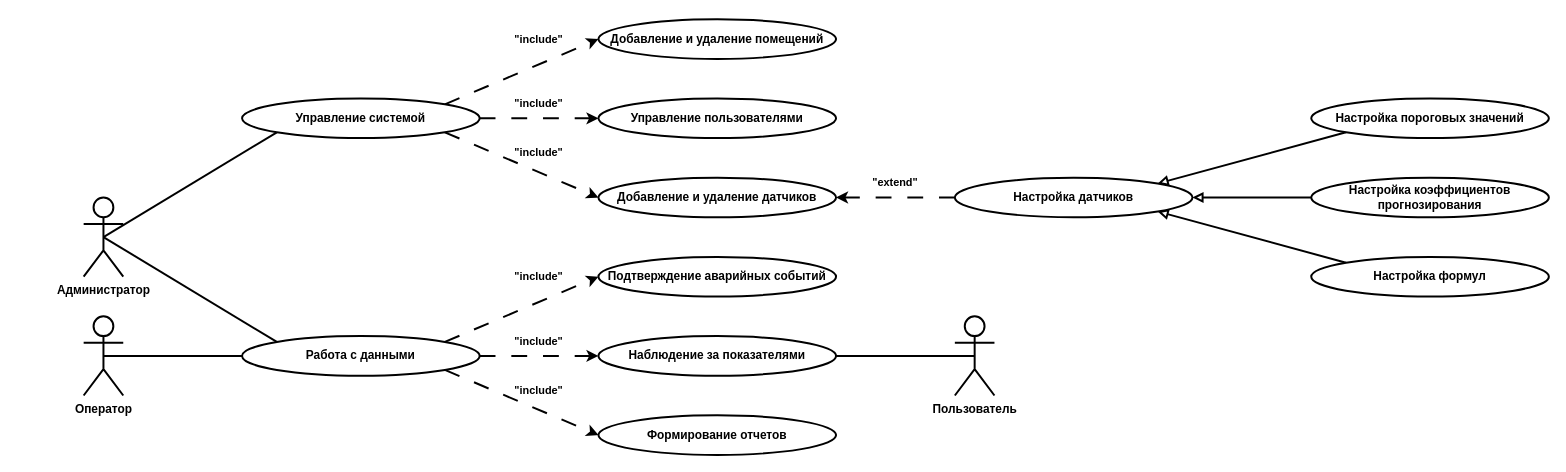
This is page "Диаграмма прецедентов" (1 of 4) of ТРПОиОК, л.р. 4, UML.drawio from Cyber-Limon/Software_development_technology_and_quality_assessment___Lab_4, a draw.io file, before an edit. Source tidied: cells renumbered, new cells numbered last; positions are measured from the earlier drawing's top-left corner, leaving out a move shared by most shapes. Both pictures are drawn from the tidied source at 99%, with x=0, y=0 at pixel (83, 19).
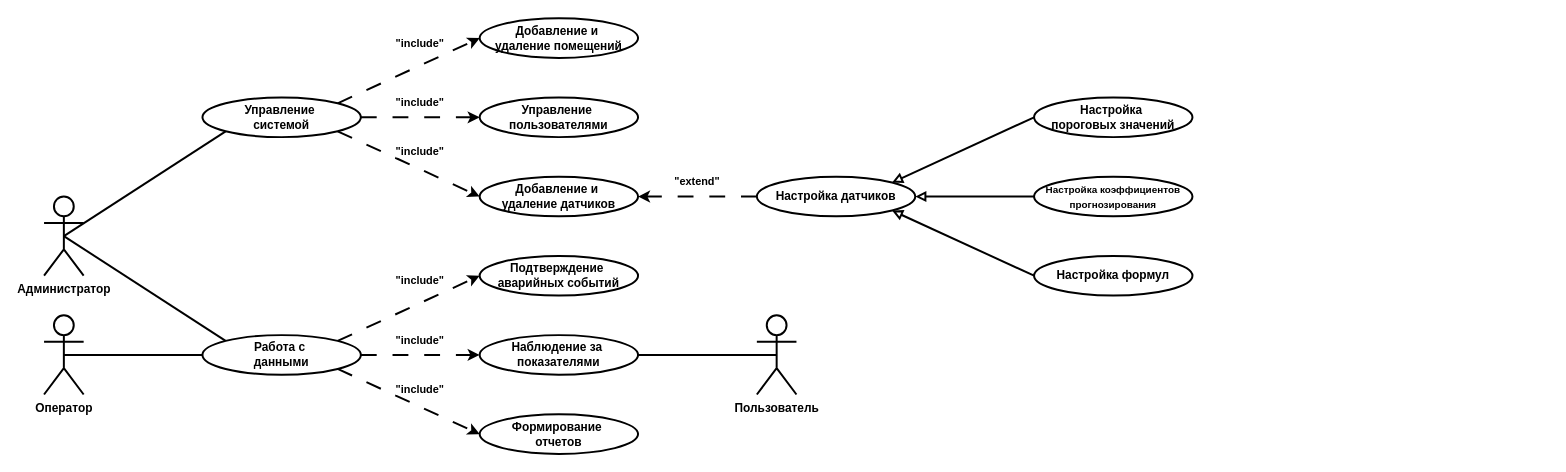
After the change.

What changed in the source:
```diff
@@
     <mxCell id="4" value="Администратор" style="shape=umlActor;verticalLabelPosition=bottom;verticalAlign=top;html=1;strokeWidth=2;fontStyle=1;" parent="1" vertex="1">
-      <mxGeometry y="180" width="40" height="80" as="geometry" />
+      <mxGeometry x="-40" y="179" width="40" height="80" as="geometry" />
     </mxCell>
@@
     <mxCell id="6" value="Оператор" style="shape=umlActor;verticalLabelPosition=bottom;verticalAlign=top;html=1;strokeWidth=2;fontStyle=1;" parent="1" vertex="1">
-      <mxGeometry y="300" width="40" height="80" as="geometry" />
+      <mxGeometry x="-40" y="299" width="40" height="80" as="geometry" />
     </mxCell>
@@
     <mxCell id="8" value="Пользователь" style="shape=umlActor;verticalLabelPosition=bottom;verticalAlign=top;html=1;strokeWidth=2;fontStyle=1;" parent="1" vertex="1">
-      <mxGeometry x="880" y="300" width="40" height="80" as="geometry" />
+      <mxGeometry x="680" y="299" width="40" height="80" as="geometry" />
     </mxCell>
@@
-    <mxCell id="10" value="Добавление и удаление датчиков" style="ellipse;whiteSpace=wrap;html=1;fontStyle=1;strokeWidth=2;" parent="1" vertex="1">
-      <mxGeometry x="520" y="160" width="240" height="40" as="geometry" />
+    <mxCell id="10" value="Добавление и&amp;nbsp;&lt;div&gt;удаление датчиков&lt;/div&gt;" style="ellipse;whiteSpace=wrap;html=1;fontStyle=1;strokeWidth=2;" parent="1" vertex="1">
+      <mxGeometry x="400" y="159" width="160" height="40" as="geometry" />
     </mxCell>
-    <mxCell id="11" value="Добавление и удаление помещений" style="ellipse;whiteSpace=wrap;html=1;fontStyle=1;strokeWidth=2;" parent="1" vertex="1">
-      <mxGeometry x="520" width="240" height="40" as="geometry" />
+    <mxCell id="11" value="Добавление и&amp;nbsp;&lt;div&gt;удаление помещений&lt;/div&gt;" style="ellipse;whiteSpace=wrap;html=1;fontStyle=1;strokeWidth=2;" parent="1" vertex="1">
+      <mxGeometry x="400" y="-1" width="160" height="40" as="geometry" />
     </mxCell>
     <mxCell id="12" value="Настройка датчиков" style="ellipse;whiteSpace=wrap;html=1;fontStyle=1;strokeWidth=2;" parent="1" vertex="1">
-      <mxGeometry x="880" y="160" width="240" height="40" as="geometry" />
+      <mxGeometry x="680" y="159" width="160" height="40" as="geometry" />
     </mxCell>
-    <mxCell id="13" value="Управление пользователями" style="ellipse;whiteSpace=wrap;html=1;fontStyle=1;strokeWidth=2;" parent="1" vertex="1">
-      <mxGeometry x="520" y="80" width="240" height="40" as="geometry" />
+    <mxCell id="13" value="Управление&amp;nbsp;&lt;div&gt;пользователями&lt;/div&gt;" style="ellipse;whiteSpace=wrap;html=1;fontStyle=1;strokeWidth=2;" parent="1" vertex="1">
+      <mxGeometry x="400" y="79" width="160" height="40" as="geometry" />
     </mxCell>
-    <mxCell id="14" value="Наблюдение за показателями" style="ellipse;whiteSpace=wrap;html=1;fontStyle=1;strokeWidth=2;" parent="1" vertex="1">
-      <mxGeometry x="520" y="320" width="240" height="40" as="geometry" />
+    <mxCell id="14" value="Наблюдение за&amp;nbsp;&lt;div&gt;показателями&lt;/div&gt;" style="ellipse;whiteSpace=wrap;html=1;fontStyle=1;strokeWidth=2;" parent="1" vertex="1">
+      <mxGeometry x="400" y="319" width="160" height="40" as="geometry" />
     </mxCell>
-    <mxCell id="15" value="Формирование отчетов" style="ellipse;whiteSpace=wrap;html=1;fontStyle=1;strokeWidth=2;" parent="1" vertex="1">
-      <mxGeometry x="520" y="400" width="240" height="40" as="geometry" />
+    <mxCell id="15" value="Формирование&amp;nbsp;&lt;div&gt;отчетов&lt;/div&gt;" style="ellipse;whiteSpace=wrap;html=1;fontStyle=1;strokeWidth=2;" parent="1" vertex="1">
+      <mxGeometry x="400" y="399" width="160" height="40" as="geometry" />
     </mxCell>
-    <mxCell id="16" value="Подтверждение аварийных событий" style="ellipse;whiteSpace=wrap;html=1;fontStyle=1;strokeWidth=2;" parent="1" vertex="1">
-      <mxGeometry x="520" y="240" width="240" height="40" as="geometry" />
+    <mxCell id="16" value="Подтверждение&amp;nbsp;&lt;div&gt;аварийных событий&lt;/div&gt;" style="ellipse;whiteSpace=wrap;html=1;fontStyle=1;strokeWidth=2;" parent="1" vertex="1">
+      <mxGeometry x="400" y="239" width="160" height="40" as="geometry" />
     </mxCell>
@@
-    <mxCell id="20" value="Работа с данными" style="ellipse;whiteSpace=wrap;html=1;fontStyle=1;strokeWidth=2;" parent="1" vertex="1">
-      <mxGeometry x="160" y="320" width="240" height="40" as="geometry" />
+    <mxCell id="20" value="Работа с&amp;nbsp;&lt;div&gt;данными&lt;/div&gt;" style="ellipse;whiteSpace=wrap;html=1;fontStyle=1;strokeWidth=2;" parent="1" vertex="1">
+      <mxGeometry x="120" y="319" width="160" height="40" as="geometry" />
     </mxCell>
@@
-    <mxCell id="23" style="edgeStyle=none;rounded=0;jettySize=auto;html=1;entryX=0;entryY=0.5;entryDx=0;entryDy=0;exitX=1;exitY=1;exitDx=0;exitDy=0;strokeWidth=2;dashed=1;dashPattern=8 8;" parent="1" edge="1" source="24" target="10">
+    <mxCell id="23" style="edgeStyle=none;rounded=0;jettySize=auto;html=1;exitX=1;exitY=1;exitDx=0;exitDy=0;strokeWidth=2;dashed=1;dashPattern=8 8;entryX=0;entryY=0.5;entryDx=0;entryDy=0;" parent="1" edge="1" source="24" target="10">
       <mxGeometry relative="1" as="geometry" />
     </mxCell>
-    <mxCell id="24" value="Управление системой" style="ellipse;whiteSpace=wrap;html=1;fontStyle=1;strokeWidth=2;" parent="1" vertex="1">
-      <mxGeometry x="160" y="80" width="240" height="40" as="geometry" />
+    <mxCell id="24" value="Управление&amp;nbsp;&lt;div&gt;системой&lt;/div&gt;" style="ellipse;whiteSpace=wrap;html=1;fontStyle=1;strokeWidth=2;" parent="1" vertex="1">
+      <mxGeometry x="120" y="79" width="160" height="40" as="geometry" />
     </mxCell>
     <mxCell id="25" value="&lt;span style=&quot;font-size: 11px; text-wrap-mode: nowrap; background-color: rgb(255, 255, 255);&quot;&gt;&quot;include&quot;&lt;/span&gt;" style="text;html=1;whiteSpace=wrap;strokeColor=none;fillColor=none;align=center;verticalAlign=middle;rounded=0;fontStyle=1;" parent="1" vertex="1">
-      <mxGeometry x="430" y="5" width="60" height="30" as="geometry" />
+      <mxGeometry x="310" y="9" width="60" height="30" as="geometry" />
     </mxCell>
     <mxCell id="26" value="&lt;span style=&quot;font-size: 11px; text-wrap-mode: nowrap; background-color: rgb(255, 255, 255);&quot;&gt;&quot;include&quot;&lt;/span&gt;" style="text;html=1;whiteSpace=wrap;strokeColor=none;fillColor=none;align=center;verticalAlign=middle;rounded=0;fontStyle=1;" parent="1" vertex="1">
-      <mxGeometry x="430" y="70" width="60" height="30" as="geometry" />
+      <mxGeometry x="310" y="69" width="60" height="30" as="geometry" />
     </mxCell>
     <mxCell id="27" value="&lt;span style=&quot;font-size: 11px; text-wrap-mode: nowrap; background-color: rgb(255, 255, 255);&quot;&gt;&quot;include&quot;&lt;/span&gt;" style="text;html=1;whiteSpace=wrap;strokeColor=none;fillColor=none;align=center;verticalAlign=middle;rounded=0;fontStyle=1;" parent="1" vertex="1">
-      <mxGeometry x="430" y="120" width="60" height="30" as="geometry" />
+      <mxGeometry x="310" y="119" width="60" height="30" as="geometry" />
     </mxCell>
     <mxCell id="28" value="&lt;span style=&quot;font-size: 11px; text-wrap-mode: nowrap; background-color: rgb(255, 255, 255);&quot;&gt;&quot;include&quot;&lt;/span&gt;" style="text;html=1;whiteSpace=wrap;strokeColor=none;fillColor=none;align=center;verticalAlign=middle;rounded=0;fontStyle=1;" parent="1" vertex="1">
-      <mxGeometry x="430" y="245" width="60" height="30" as="geometry" />
+      <mxGeometry x="310" y="249" width="60" height="30" as="geometry" />
     </mxCell>
     <mxCell id="29" value="&lt;span style=&quot;font-size: 11px; text-wrap-mode: nowrap; background-color: rgb(255, 255, 255);&quot;&gt;&quot;include&quot;&lt;/span&gt;" style="text;html=1;whiteSpace=wrap;strokeColor=none;fillColor=none;align=center;verticalAlign=middle;rounded=0;fontStyle=1;" parent="1" vertex="1">
-      <mxGeometry x="430" y="360" width="60" height="30" as="geometry" />
+      <mxGeometry x="310" y="359" width="60" height="30" as="geometry" />
     </mxCell>
     <mxCell id="30" value="&lt;span style=&quot;font-size: 11px; text-wrap-mode: nowrap; background-color: rgb(255, 255, 255);&quot;&gt;&quot;include&quot;&lt;/span&gt;" style="text;html=1;whiteSpace=wrap;strokeColor=none;fillColor=none;align=center;verticalAlign=middle;rounded=0;fontStyle=1;" parent="1" vertex="1">
-      <mxGeometry x="430" y="310" width="60" height="30" as="geometry" />
+      <mxGeometry x="310" y="309" width="60" height="30" as="geometry" />
     </mxCell>
     <mxCell id="31" value="&lt;span style=&quot;font-size: 11px; text-wrap-mode: nowrap; background-color: rgb(255, 255, 255);&quot;&gt;&quot;extend&quot;&lt;/span&gt;" style="text;html=1;whiteSpace=wrap;strokeColor=none;fillColor=none;align=center;verticalAlign=middle;rounded=0;fontStyle=1;" parent="1" vertex="1">
-      <mxGeometry x="790" y="150" width="60" height="30" as="geometry" />
+      <mxGeometry x="590" y="149" width="60" height="30" as="geometry" />
     </mxCell>
-    <mxCell id="32" style="edgeStyle=none;rounded=0;jettySize=auto;html=1;entryX=1;entryY=0;entryDx=0;entryDy=0;exitX=0;exitY=1;exitDx=0;exitDy=0;endArrow=block;endFill=0;strokeWidth=2;" parent="1" edge="1" source="33" target="12">
+    <mxCell id="32" style="edgeStyle=none;rounded=0;jettySize=auto;html=1;entryX=1;entryY=0;entryDx=0;entryDy=0;exitX=0;exitY=0.5;exitDx=0;exitDy=0;endArrow=block;endFill=0;strokeWidth=2;" parent="1" edge="1" source="33" target="12">
       <mxGeometry relative="1" as="geometry" />
     </mxCell>
-    <mxCell id="33" value="Настройка пороговых значений" style="ellipse;whiteSpace=wrap;html=1;fontStyle=1;strokeWidth=2;" parent="1" vertex="1">
-      <mxGeometry x="1240" y="80" width="240" height="40" as="geometry" />
+    <mxCell id="33" value="Настройка&amp;nbsp;&lt;div&gt;пороговых значений&lt;/div&gt;" style="ellipse;whiteSpace=wrap;html=1;fontStyle=1;strokeWidth=2;" parent="1" vertex="1">
+      <mxGeometry x="960" y="79" width="160" height="40" as="geometry" />
     </mxCell>
-    <mxCell id="34" style="edgeStyle=none;rounded=0;jettySize=auto;html=1;entryX=1;entryY=1;entryDx=0;entryDy=0;exitX=0;exitY=0;exitDx=0;exitDy=0;endArrow=block;endFill=0;strokeWidth=2;" parent="1" edge="1" source="35" target="12">
+    <mxCell id="34" style="edgeStyle=none;rounded=0;jettySize=auto;html=1;entryX=1;entryY=1;entryDx=0;entryDy=0;exitX=0;exitY=0.5;exitDx=0;exitDy=0;endArrow=block;endFill=0;strokeWidth=2;" parent="1" edge="1" source="35" target="12">
       <mxGeometry relative="1" as="geometry" />
     </mxCell>
     <mxCell id="35" value="Настройка формул" style="ellipse;whiteSpace=wrap;html=1;fontStyle=1;strokeWidth=2;" parent="1" vertex="1">
-      <mxGeometry x="1240" y="240" width="240" height="40" as="geometry" />
+      <mxGeometry x="960" y="239" width="160" height="40" as="geometry" />
     </mxCell>
@@
-    <mxCell id="37" value="Настройка коэффициентов прогнозирования" style="ellipse;whiteSpace=wrap;html=1;fontStyle=1;strokeWidth=2;" parent="1" vertex="1">
-      <mxGeometry x="1240" y="160" width="240" height="40" as="geometry" />
+    <mxCell id="37" value="&lt;font style=&quot;font-size: 10px;&quot;&gt;Настройка коэффициентов прогнозирования&lt;/font&gt;" style="ellipse;whiteSpace=wrap;html=1;fontStyle=1;strokeWidth=2;" parent="1" vertex="1">
+      <mxGeometry x="960" y="159" width="160" height="40" as="geometry" />
     </mxCell>
```
